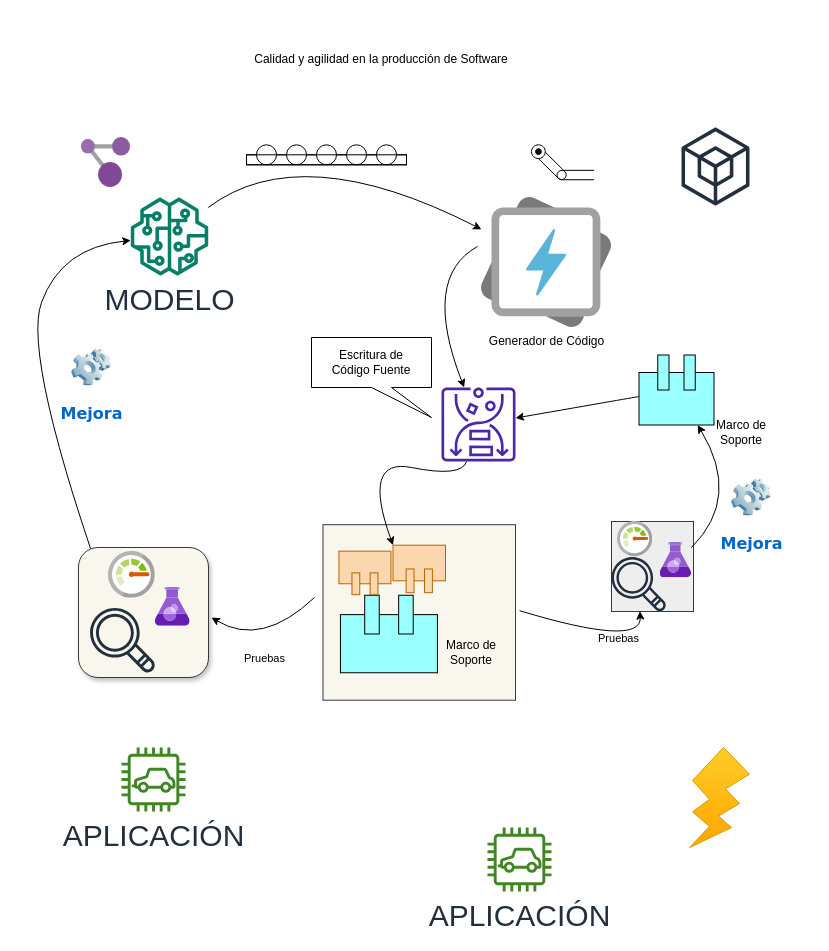
Before: ciclos.drawio in mariogb/genlon, a draw.io diagram. Source tidied: cells renumbered, new cells numbered last; positions are measured from the earlier drawing's top-left corner, leaving out a move shared by most shapes. Both pictures are drawn from the tidied source at 100%, with x=0, y=0 at pixel (21, 45).
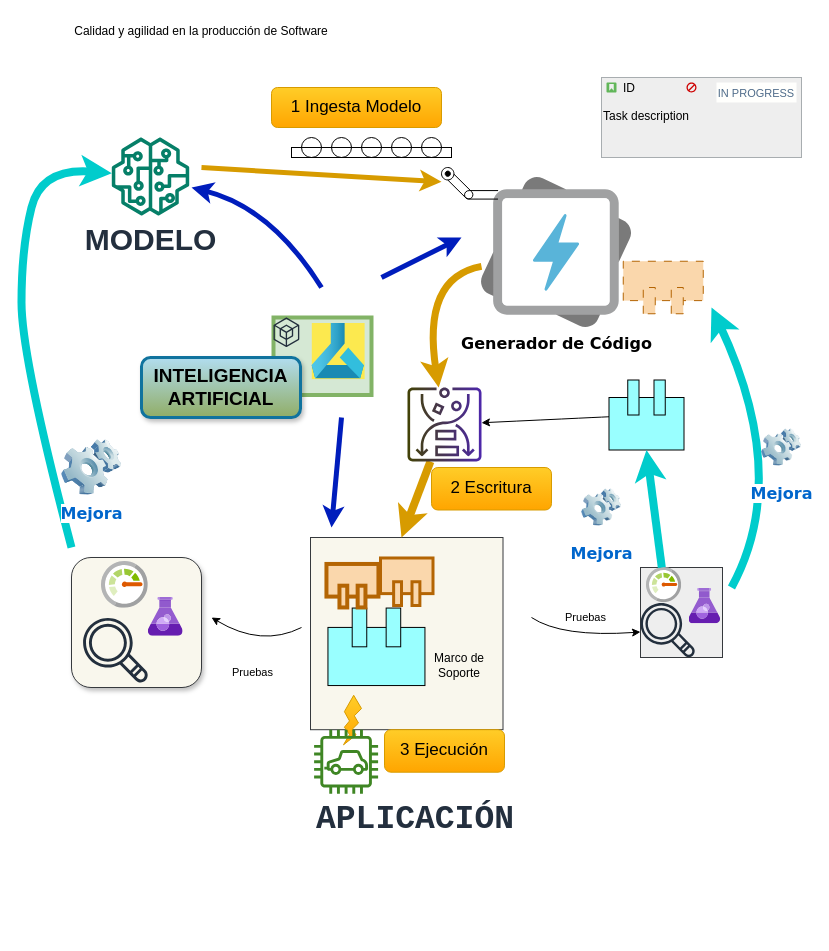
The same page after the edit.

Unchanged cells that the change refers to:
```xml
<mxCell id="29" style="image;sketch=0;html=1;points=[];align=center;fontSize=12;image=img/lib/mscae/Monitor.svg;" parent="27" vertex="1">
  <mxGeometry x="6" width="35.2" height="35.2" as="geometry" />
</mxCell>
<mxCell id="30" style="sketch=0;outlineConnect=0;fontColor=#232F3E;gradientColor=none;fillColor=#232F3D;strokeColor=none;dashed=0;verticalLabelPosition=bottom;verticalAlign=top;align=center;html=1;fontSize=12;fontStyle=0;shape=mxgraph.aws4.magnifying_glass;" parent="27" vertex="1">
  <mxGeometry y="35.2" width="54.8" height="54.8" as="geometry" />
</mxCell>
<mxCell id="36" style="sketch=0;outlineConnect=0;fontColor=#232F3E;gradientColor=none;fillColor=#232F3D;strokeColor=none;dashed=0;verticalLabelPosition=bottom;verticalAlign=top;align=center;html=1;fontSize=12;fontStyle=0;shape=mxgraph.aws4.magnifying_glass;" parent="33" vertex="1">
  <mxGeometry x="11.6" y="60" width="65.3" height="65.3" as="geometry" />
</mxCell>
```

Change to the diagram source:
```diff
@@
-    <mxCell id="2" value="&lt;font style=&quot;font-size: 30px;&quot;&gt;MODELO&lt;/font&gt;" style="sketch=0;outlineConnect=0;fontColor=#232F3E;gradientColor=none;fillColor=#067F68;strokeColor=none;dashed=0;verticalLabelPosition=bottom;verticalAlign=top;align=center;html=1;fontSize=12;fontStyle=0;shape=mxgraph.aws4.sagemaker_model;" parent="1" vertex="1">
-      <mxGeometry x="109" y="152" width="78" height="78" as="geometry" />
+    <mxCell id="2" value="&lt;font style=&quot;font-size: 30px;&quot;&gt;MODELO&lt;/font&gt;" style="sketch=0;outlineConnect=0;fontColor=#232F3E;gradientColor=none;fillColor=#067F68;strokeColor=none;dashed=0;verticalLabelPosition=bottom;verticalAlign=top;align=center;html=1;fontSize=12;fontStyle=1;shape=mxgraph.aws4.sagemaker_model;" parent="1" vertex="1">
+      <mxGeometry x="90" y="92" width="78" height="78" as="geometry" />
     </mxCell>
-    <mxCell id="3" value="APLICACIÓN" style="sketch=0;fontColor=#232F3E;gradientColor=none;fillColor=#3F8624;strokeColor=none;dashed=0;verticalLabelPosition=bottom;verticalAlign=top;align=center;html=1;fontSize=30;fontStyle=0;shape=mxgraph.aws4.car;strokeWidth=9;" parent="1" vertex="1">
-      <mxGeometry x="466" y="782" width="64" height="64" as="geometry" />
-    </mxCell>
-    <mxCell id="4" value="Mejora" style="image;html=1;image=img/lib/clip_art/computers/Software_128x128.png;imageBackground=none;fontSize=16;fontStyle=1;fontFamily=Verdana;fontColor=#0066CC;" parent="1" vertex="1">
-      <mxGeometry x="710" y="422" width="40" height="60" as="geometry" />
-    </mxCell>
-    <mxCell id="5" style="sketch=0;fontColor=#232F3E;gradientColor=none;fillColor=#232F3D;strokeColor=none;dashed=0;verticalLabelPosition=bottom;verticalAlign=top;align=center;html=1;fontSize=12;fontStyle=0;shape=mxgraph.aws4.external_sdk;" parent="1" vertex="1">
-      <mxGeometry x="660" y="82" width="68" height="78" as="geometry" />
-    </mxCell>
-    <mxCell id="6" value="&lt;div&gt;Generador de Código&lt;/div&gt;" style="image;sketch=0;html=1;points=[];align=center;fontSize=12;image=img/lib/mscae/Data_Lake_Analytics.svg;" parent="1" vertex="1">
-      <mxGeometry x="460" y="152" width="130" height="130" as="geometry" />
+    <mxCell id="6" value="&lt;div style=&quot;font-size: 16px;&quot;&gt;Generador de Código&lt;/div&gt;" style="image;sketch=0;html=1;points=[];align=center;fontSize=16;image=img/lib/mscae/Data_Lake_Analytics.svg;fontFamily=Verdana;fontStyle=1;" parent="1" vertex="1">
+      <mxGeometry x="460" y="132" width="150" height="150" as="geometry" />
     </mxCell>
     <mxCell id="7" value="&lt;div&gt;Calidad y agilidad en la producción de Software&lt;/div&gt;&lt;div&gt;&lt;br&gt;&lt;/div&gt;" style="text;html=1;strokeColor=none;fillColor=none;align=center;verticalAlign=middle;whiteSpace=wrap;rounded=0;" parent="1" vertex="1">
-      <mxGeometry x="190" width="340" height="42" as="geometry" />
+      <mxGeometry x="10" y="-28" width="340" height="42" as="geometry" />
     </mxCell>
-    <mxCell id="8" style="curved=1;endArrow=classic;html=1;rounded=0;" parent="1" edge="1" source="2" target="6">
+    <mxCell id="8" style="curved=1;endArrow=classic;html=1;rounded=0;strokeWidth=5;fillColor=#ffcd28;gradientColor=#ffa500;strokeColor=#d79b00;" parent="1" edge="1" target="13">
       <mxGeometry relative="1" as="geometry">
-        <Array as="points">
-          <mxPoint x="280" y="92" />
-        </Array>
+        <mxPoint x="180" y="122" as="sourcePoint" />
       </mxGeometry>
     </mxCell>
     <mxCell id="9" style="html=1;outlineConnect=0;whiteSpace=wrap;fillColor=#99ffff;shape=mxgraph.archimate3.component;rotation=90;" parent="1" vertex="1">
-      <mxGeometry x="620" y="307" width="70" height="75" as="geometry" />
+      <mxGeometry x="590" y="332" width="70" height="75" as="geometry" />
     </mxCell>
-    <mxCell id="10" value="APLICACIÓN" style="sketch=0;fontColor=#232F3E;gradientColor=none;fillColor=#3F8624;strokeColor=none;dashed=0;verticalLabelPosition=bottom;verticalAlign=top;align=center;html=1;fontSize=30;fontStyle=0;shape=mxgraph.aws4.car;strokeWidth=9;" parent="1" vertex="1">
-      <mxGeometry x="100" y="702" width="64" height="64" as="geometry" />
-    </mxCell>
-    <mxCell id="11" style="image;sketch=0;html=1;align=center;fontSize=12;image=img/lib/mscae/Resource_Graph_Explorer.svg;" parent="1" vertex="1">
-      <mxGeometry x="60" y="92" width="49" height="50" as="geometry" />
-    </mxCell>
-    <mxCell id="12" value="&lt;div&gt;Marco de Soporte&lt;/div&gt;" style="text;html=1;strokeColor=none;fillColor=none;align=center;verticalAlign=middle;whiteSpace=wrap;rounded=0;" parent="1" vertex="1">
-      <mxGeometry x="690" y="372" width="60" height="30" as="geometry" />
-    </mxCell>
     <mxCell id="13" style="verticalLabelPosition=bottom;html=1;verticalAlign=top;fillColor=strokeColor;align=center;outlineConnect=0;shape=mxgraph.fluid_power.x10060;points=[[1,0.72,0],[1,1,0]];" parent="1" vertex="1">
-      <mxGeometry x="510" y="99.3" width="62.6" height="35.4" as="geometry" />
+      <mxGeometry x="420" y="122" width="56.6" height="32" as="geometry" />
     </mxCell>
     <mxCell id="14" style="verticalLabelPosition=bottom;align=center;dashed=0;html=1;verticalAlign=top;shape=mxgraph.pid.misc.roller_conveyor;" parent="1" vertex="1">
-      <mxGeometry x="225" y="99.3" width="160" height="20" as="geometry" />
+      <mxGeometry x="270" y="92" width="160" height="20" as="geometry" />
     </mxCell>
-    <mxCell id="15" style="curved=1;endArrow=classic;html=1;rounded=0;exitX=-0.031;exitY=0.377;exitDx=0;exitDy=0;exitPerimeter=0;" parent="1" edge="1" source="6" target="23">
+    <mxCell id="15" style="curved=1;endArrow=classic;html=1;rounded=0;fillColor=#ffcd28;gradientColor=#ffa500;strokeColor=#d79b00;strokeWidth=7;" parent="1" edge="1" source="6" target="23">
       <mxGeometry relative="1" as="geometry">
         <Array as="points">
           <mxPoint x="400" y="232" />
         </Array>
       </mxGeometry>
     </mxCell>
@@
     <mxCell id="17" style="group;fillColor=#f9f7ed;strokeColor=#36393d;" parent="1" vertex="1">
-      <mxGeometry x="301.5" y="479.2" width="192.5" height="175.5" as="geometry" />
+      <mxGeometry x="289" y="492" width="192.5" height="192.2" as="geometry" />
     </mxCell>
@@
-    <mxCell id="19" style="html=1;whiteSpace=wrap;fillColor=#fad7ac;shape=mxgraph.archimate3.component;rotation=-90;strokeColor=#b46504;" parent="17" vertex="1">
+    <mxCell id="19" style="html=1;whiteSpace=wrap;fillColor=#fad7ac;shape=mxgraph.archimate3.component;rotation=-90;strokeColor=#b46504;strokeWidth=4;" parent="17" vertex="1">
       <mxGeometry x="20.2" y="22.2" width="43.5" height="52" as="geometry" />
     </mxCell>
-    <mxCell id="20" style="html=1;outlineConnect=0;whiteSpace=wrap;fillColor=#fad7ac;shape=mxgraph.archimate3.component;rotation=-90;strokeColor=#b46504;" parent="17" vertex="1">
+    <mxCell id="20" style="html=1;outlineConnect=0;whiteSpace=wrap;fillColor=#fad7ac;shape=mxgraph.archimate3.component;rotation=-90;strokeColor=#b46504;strokeWidth=3;" parent="17" vertex="1">
       <mxGeometry x="72.5" y="18" width="47.5" height="52.5" as="geometry" />
     </mxCell>
@@
+    <mxCell id="24" style="verticalLabelPosition=bottom;verticalAlign=top;html=1;shape=mxgraph.basic.flash;fillColor=#ffcd28;gradientColor=#ffa500;strokeColor=#d79b00;" parent="17" vertex="1">
+      <mxGeometry x="33" y="157.8" width="18" height="49.5" as="geometry" />
+    </mxCell>
-    <mxCell id="22" style="curved=1;endArrow=classic;html=1;rounded=0;entryX=1;entryY=0;entryDx=0;entryDy=0;entryPerimeter=0;" parent="1" edge="1" source="23" target="20">
+    <mxCell id="22" style="curved=1;endArrow=classic;html=1;rounded=0;fillColor=#ffcd28;gradientColor=#ffa500;strokeColor=#d79b00;strokeWidth=8;" parent="1" edge="1" source="23">
       <mxGeometry relative="1" as="geometry">
-        <Array as="points">
-          <mxPoint x="440" y="432" />
-          <mxPoint x="340" y="412" />
-        </Array>
+        <mxPoint x="380" y="492" as="targetPoint" />
       </mxGeometry>
     </mxCell>
-    <mxCell id="23" style="sketch=0;outlineConnect=0;fontColor=#232F3E;gradientColor=none;fillColor=#4D27AA;strokeColor=none;dashed=0;verticalLabelPosition=bottom;verticalAlign=top;align=center;html=1;fontSize=12;fontStyle=0;shape=mxgraph.aws4.glue_databrew;rotation=90;" parent="1" vertex="1">
-      <mxGeometry x="420" y="342" width="74" height="74" as="geometry" />
+    <mxCell id="23" style="outlineConnect=0;fontColor=#232F3E;gradientColor=#424205;fillColor=#4D27AA;strokeColor=#FFF712;dashed=0;verticalLabelPosition=bottom;verticalAlign=top;align=center;html=1;fontSize=12;fontStyle=0;shape=mxgraph.aws4.glue_databrew;rotation=90;strokeWidth=6;" parent="1" vertex="1">
+      <mxGeometry x="386" y="342" width="74" height="74" as="geometry" />
     </mxCell>
-    <mxCell id="24" style="verticalLabelPosition=bottom;verticalAlign=top;html=1;shape=mxgraph.basic.flash;fillColor=#ffcd28;gradientColor=#ffa500;strokeColor=#d79b00;" parent="1" vertex="1">
-      <mxGeometry x="668" y="702" width="60" height="100" as="geometry" />
-    </mxCell>
     <mxCell id="25" style="curved=1;endArrow=classic;html=1;rounded=0;" parent="1" edge="1" target="30">
       <mxGeometry relative="1" as="geometry">
-        <mxPoint x="498.1" y="565.2" as="sourcePoint" />
+        <mxPoint x="510" y="572" as="sourcePoint" />
         <Array as="points">
-          <mxPoint x="620" y="602" />
+          <mxPoint x="540" y="592" />
         </Array>
       </mxGeometry>
     </mxCell>
     <mxCell id="26" value="Pruebas" style="edgeLabel;html=1;align=center;verticalAlign=middle;" parent="25" vertex="1">
       <mxGeometry x="-0.3" y="-2" relative="1" as="geometry">
-        <mxPoint x="44" y="9" as="offset" />
+        <mxPoint x="19" y="-22" as="offset" />
       </mxGeometry>
     </mxCell>
     <mxCell id="27" style="group;fillColor=#eeeeee;strokeColor=#36393d;" parent="1" vertex="1">
-      <mxGeometry x="590" y="476" width="82" height="90" as="geometry" />
+      <mxGeometry x="619" y="522" width="82" height="90" as="geometry" />
     </mxCell>
@@
-    <mxCell id="31" style="curved=1;endArrow=classic;html=1;rounded=0;" parent="1" edge="1" target="9">
-      <mxGeometry relative="1" as="geometry">
-        <mxPoint x="670" y="502" as="sourcePoint" />
-        <Array as="points">
-          <mxPoint x="720" y="452" />
-        </Array>
-      </mxGeometry>
+    <mxCell id="31" style="curved=1;endArrow=classic;html=1;rounded=0;strokeColor=#00CCCC;strokeWidth=8;entryX=1;entryY=0.5;entryDx=0;entryDy=0;entryPerimeter=0;" parent="1" edge="1" source="29" target="9">
+      <mxGeometry relative="1" as="geometry" />
     </mxCell>
-    <mxCell id="32" style="curved=1;endArrow=classic;html=1;rounded=0;" parent="1" edge="1" source="36" target="2">
+    <mxCell id="32" style="curved=1;endArrow=classic;html=1;rounded=0;fillColor=#eeeeee;strokeColor=#00CCCC;strokeWidth=8;" parent="1" edge="1" target="2">
       <mxGeometry relative="1" as="geometry">
+        <mxPoint x="50" y="502" as="sourcePoint" />
         <Array as="points">
           <mxPoint y="312" />
-          <mxPoint x="40" y="202" />
+          <mxPoint y="202" />
+          <mxPoint x="20" y="122" />
         </Array>
       </mxGeometry>
     </mxCell>
     <mxCell id="33" style="group;fillColor=#f9f7ed;strokeColor=#36393d;rounded=1;shadow=1;glass=0;perimeterSpacing=2;" parent="1" vertex="1">
-      <mxGeometry x="57" y="502" width="130" height="130" as="geometry" />
+      <mxGeometry x="50" y="512" width="130" height="130" as="geometry" />
     </mxCell>
@@
     <mxCell id="37" value="Mejora" style="image;html=1;image=img/lib/clip_art/computers/Software_128x128.png;imageBackground=none;fontSize=16;fontStyle=1;fontFamily=Verdana;fontColor=#0066CC;" parent="1" vertex="1">
-      <mxGeometry x="50" y="292" width="40" height="60" as="geometry" />
+      <mxGeometry x="40" y="392" width="60" height="60" as="geometry" />
     </mxCell>
     <mxCell id="38" style="curved=1;endArrow=classic;html=1;rounded=0;" parent="1" edge="1">
       <mxGeometry relative="1" as="geometry">
-        <mxPoint x="293" y="552" as="sourcePoint" />
+        <mxPoint x="280" y="582" as="sourcePoint" />
         <mxPoint x="190" y="572" as="targetPoint" />
         <Array as="points">
           <mxPoint x="240" y="602" />
         </Array>
       </mxGeometry>
     </mxCell>
@@
-    <mxCell id="40" value="&lt;div&gt;Escritura de &lt;br&gt;&lt;/div&gt;&lt;div&gt;Código Fuente&lt;br&gt;&lt;/div&gt;" style="shape=callout;whiteSpace=wrap;html=1;perimeter=calloutPerimeter;position2=1;" parent="1" vertex="1">
-      <mxGeometry x="290" y="292" width="120" height="80" as="geometry" />
-    </mxCell>
+    <mxCell id="41" style="html=1;whiteSpace=wrap;fillColor=#fad7ac;shape=mxgraph.archimate3.component;rotation=-90;strokeColor=#b46504;dashed=1;dashPattern=8 8;strokeWidth=1;" parent="1" vertex="1">
+      <mxGeometry x="615.5" y="202" width="52.5" height="80" as="geometry" />
+    </mxCell>
+    <mxCell id="42" style="curved=1;endArrow=classic;html=1;rounded=0;strokeColor=#00CCCC;strokeWidth=8;" parent="1" edge="1">
+      <mxGeometry relative="1" as="geometry">
+        <mxPoint x="710" y="542" as="sourcePoint" />
+        <mxPoint x="690" y="262" as="targetPoint" />
+        <Array as="points">
+          <mxPoint x="770" y="432" />
+        </Array>
+      </mxGeometry>
+    </mxCell>
+    <mxCell id="43" style="curved=1;endArrow=classic;html=1;rounded=0;fillColor=#0050ef;strokeColor=#001DBC;strokeWidth=5;" parent="1" edge="1">
+      <mxGeometry relative="1" as="geometry">
+        <mxPoint x="320" y="372" as="sourcePoint" />
+        <mxPoint x="310" y="482" as="targetPoint" />
+      </mxGeometry>
+    </mxCell>
+    <mxCell id="44" style="group;fillColor=#d5e8d4;strokeColor=#82b366;strokeWidth=4;" parent="1" vertex="1">
+      <mxGeometry x="252" y="272" width="98" height="77.5" as="geometry" />
+    </mxCell>
+    <mxCell id="45" style="sketch=0;fontColor=#232F3E;gradientColor=none;fillColor=#232F3D;strokeColor=none;dashed=0;verticalLabelPosition=bottom;verticalAlign=top;align=center;html=1;fontSize=12;fontStyle=0;shape=mxgraph.aws4.external_sdk;" parent="44" vertex="1">
+      <mxGeometry width="25.8" height="29.6" as="geometry" />
+    </mxCell>
+    <mxCell id="46" style="image;html=1;align=center;fontSize=19;image=img/lib/azure2/ai_machine_learning/Machine_Learning.svg;fontFamily=Comic Sans MS;imageBackground=#fce94f;labelBackgroundColor=#fce94f;" parent="44" vertex="1">
+      <mxGeometry x="38.3" y="5.5" width="52.8" height="56.1" as="geometry" />
+    </mxCell>
+    <mxCell id="47" style="curved=1;endArrow=classic;html=1;rounded=0;fillColor=#0050ef;strokeColor=#001DBC;strokeWidth=5;" parent="1" edge="1">
+      <mxGeometry relative="1" as="geometry">
+        <mxPoint x="360" y="232" as="sourcePoint" />
+        <mxPoint x="440" y="192" as="targetPoint" />
+      </mxGeometry>
+    </mxCell>
+    <mxCell id="4" value="Mejora" style="image;html=1;image=img/lib/clip_art/computers/Software_128x128.png;imageBackground=none;fontSize=16;fontStyle=1;fontFamily=Verdana;fontColor=#0066CC;" parent="1" vertex="1">
+      <mxGeometry x="740" y="372" width="40" height="60" as="geometry" />
+    </mxCell>
+    <mxCell id="48" value="Mejora" style="image;html=1;image=img/lib/clip_art/computers/Software_128x128.png;imageBackground=none;fontSize=16;fontStyle=1;fontFamily=Verdana;fontColor=#0066CC;" parent="1" vertex="1">
+      <mxGeometry x="560" y="432" width="40" height="60" as="geometry" />
+    </mxCell>
+    <mxCell id="49" style="curved=1;endArrow=classic;html=1;rounded=0;fillColor=#0050ef;strokeColor=#001DBC;strokeWidth=5;entryX=1.03;entryY=0.641;entryDx=0;entryDy=0;entryPerimeter=0;" parent="1" edge="1" target="2">
+      <mxGeometry relative="1" as="geometry">
+        <mxPoint x="300" y="242" as="sourcePoint" />
+        <Array as="points">
+          <mxPoint x="250" y="162" />
+        </Array>
+      </mxGeometry>
+    </mxCell>
+    <mxCell id="50" value="&lt;div style=&quot;font-size: 19px;&quot;&gt;INTELIGENCIA&lt;/div&gt;&lt;div style=&quot;font-size: 19px;&quot;&gt;ARTIFICIAL&lt;br style=&quot;font-size: 19px;&quot;&gt;&lt;/div&gt;" style="text;html=1;strokeColor=#10739e;fillColor=#b1ddf0;align=center;verticalAlign=middle;whiteSpace=wrap;rounded=1;fontFamily=36 days ago Thick BRK;fontSize=19;fontStyle=1;gradientColor=#91AD66;strokeWidth=3;perimeterSpacing=2;glass=0;shadow=1;" parent="1" vertex="1">
+      <mxGeometry x="120" y="312" width="159" height="60" as="geometry" />
+    </mxCell>
+    <mxCell id="51" value="Task description" style="html=1;shadow=0;dashed=0;shape=mxgraph.atlassian.issue;issueType=story;issuePriority=blocker;issueStatus=inProgress;verticalAlign=top;align=left;whiteSpace=wrap;overflow=hidden;spacingTop=25;strokeColor=#A8ADB0;fillColor=#EEEEEE;fontSize=12;backgroundOutline=1;sketch=0;" parent="1" vertex="1">
+      <mxGeometry x="580" y="32" width="200" height="80" as="geometry" />
+    </mxCell>
+    <mxCell id="52" value="ID" style="strokeColor=none;fillColor=none;align=left;" parent="51" vertex="1">
+      <mxGeometry width="60" height="20" relative="1" as="geometry">
+        <mxPoint x="20" as="offset" />
+      </mxGeometry>
+    </mxCell>
+    <mxCell id="53" value="1 Ingesta Modelo" style="rounded=1;whiteSpace=wrap;html=1;fillColor=#ffcd28;strokeColor=#d79b00;gradientColor=#ffa500;fontSize=17;" parent="1" vertex="1">
+      <mxGeometry x="250" y="42" width="170" height="40" as="geometry" />
+    </mxCell>
+    <mxCell id="54" value="2 Escritura" style="rounded=1;whiteSpace=wrap;html=1;fillColor=#ffcd28;gradientColor=#ffa500;strokeColor=#d79b00;fontSize=17;" parent="1" vertex="1">
+      <mxGeometry x="410" y="422" width="120" height="42.5" as="geometry" />
+    </mxCell>
+    <mxCell id="3" value="APLICACIÓN" style="sketch=0;fontColor=#232F3E;gradientColor=none;fillColor=#3F8624;strokeColor=none;dashed=0;verticalLabelPosition=bottom;verticalAlign=top;align=left;html=1;fontSize=33;fontStyle=1;shape=mxgraph.aws4.car;strokeWidth=9;fontFamily=Courier New;" parent="1" vertex="1">
+      <mxGeometry x="292.6" y="684.2" width="64" height="64" as="geometry" />
+    </mxCell>
+    <mxCell id="55" value="3 Ejecución" style="rounded=1;whiteSpace=wrap;html=1;fillColor=#ffcd28;gradientColor=#ffa500;strokeColor=#d79b00;fontSize=17;" parent="1" vertex="1">
+      <mxGeometry x="363" y="684.2" width="120" height="42.5" as="geometry" />
+    </mxCell>
```
